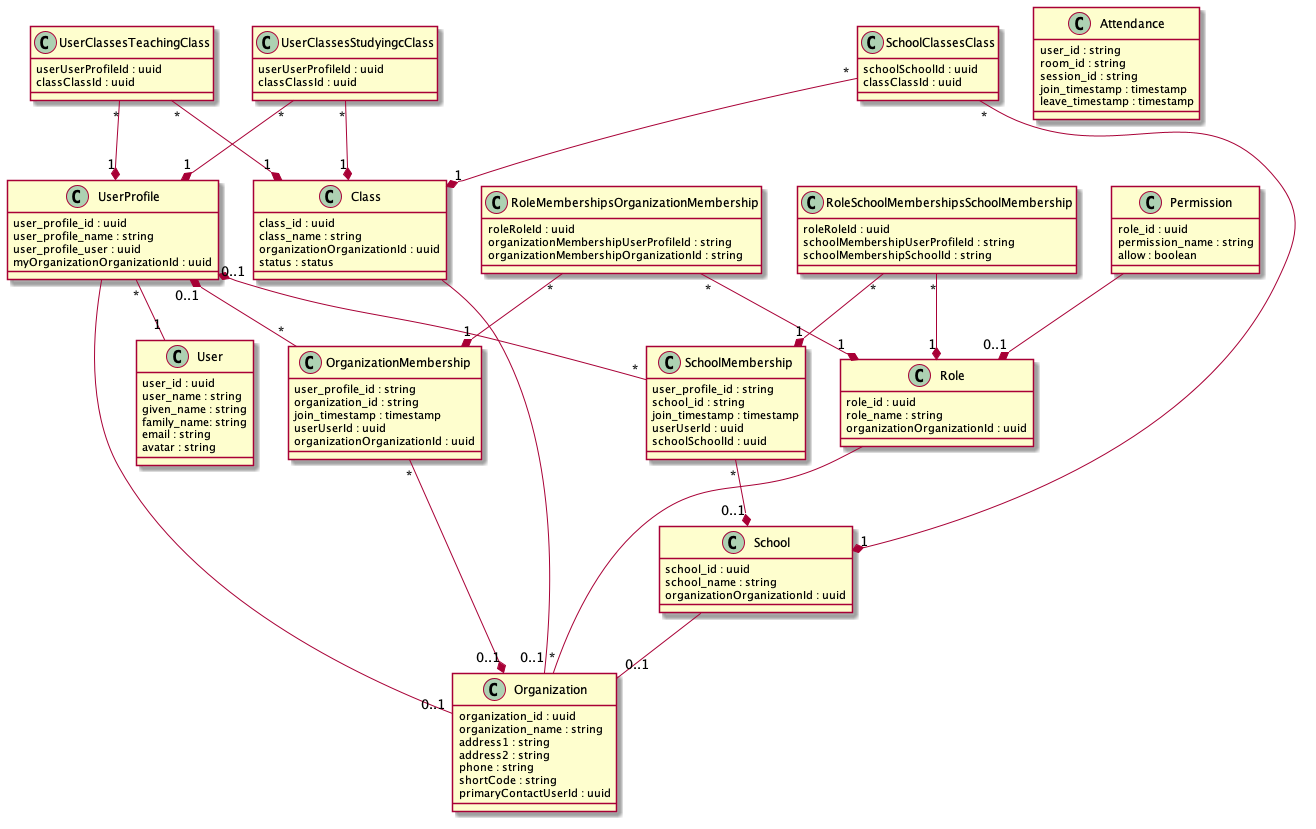
Klasmart-Engineering/user-service keeps this PlantUML diagram as documents/dbschema.png. Above is the earlier version.
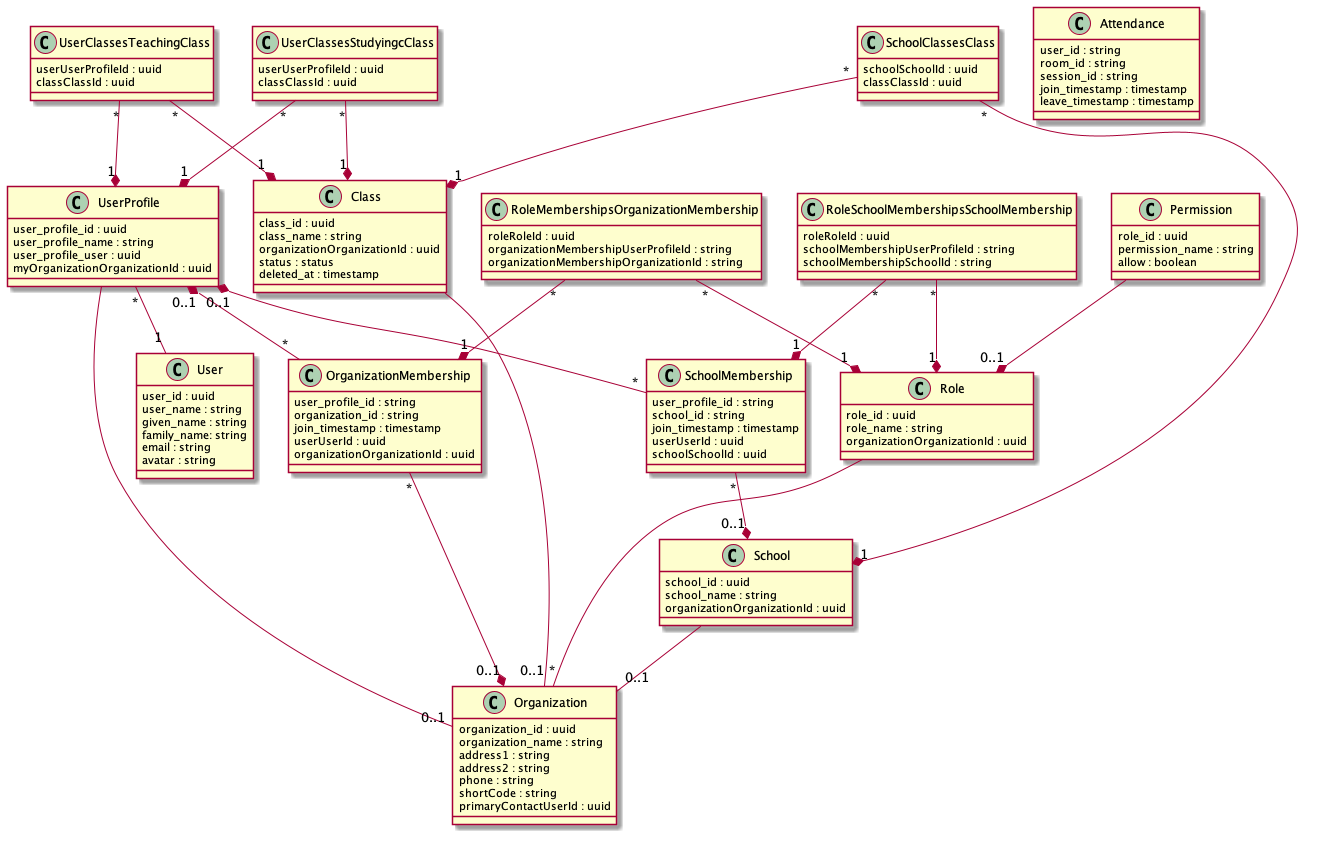
Later version of the same file.

Diff of the diagram source:
```diff
@@ -20,6 +20,7 @@
   class_name : string
   organizationOrganizationId : uuid
   status : status
+  deleted_at : timestamp
 }
 
 class Organization {
```
